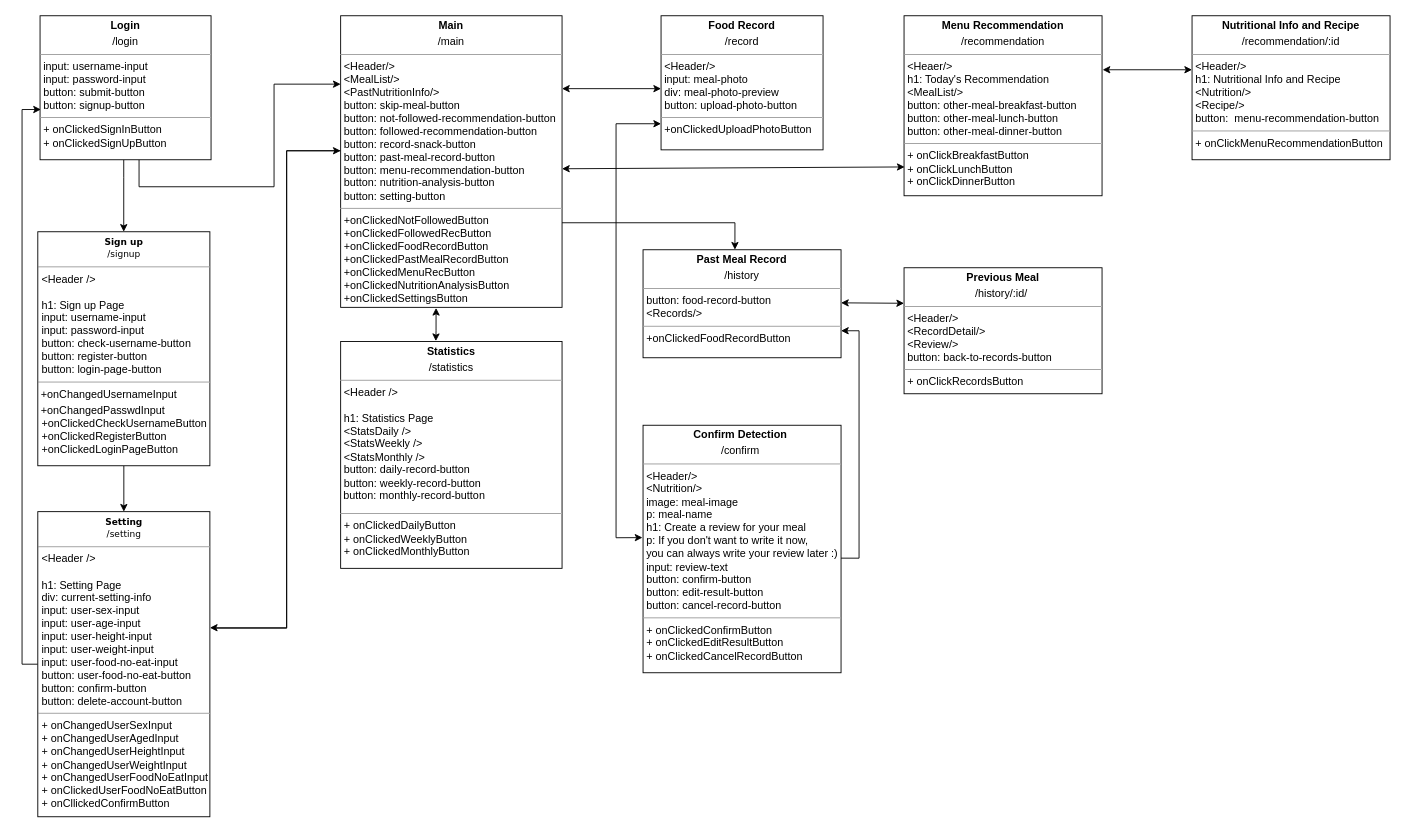
This is diagrams/Frontend_UML.drawio from swsnu/swpp2021-team5, a draw.io file, before an edit. Source tidied: cells renumbered, new cells numbered last; positions are measured from the earlier drawing's top-left corner, leaving out a move shared by most shapes. Both pictures are drawn from the tidied source at 90%, with x=0, y=0 at pixel (22, 15).
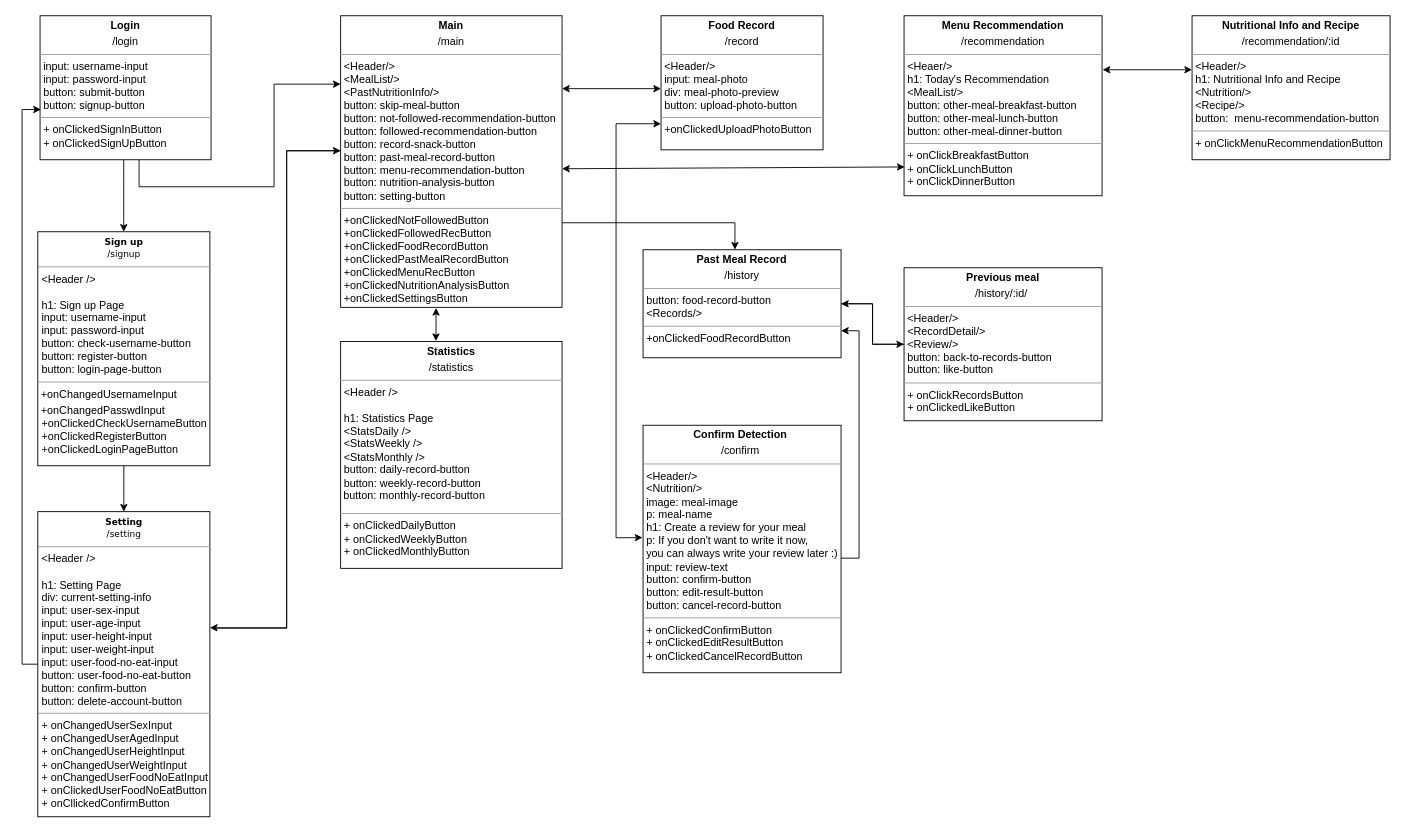
Above is the later version.

The change refers to these unchanged cells:
```xml
<mxCell id="10" value="&lt;p style=&quot;margin: 0px ; margin-top: 4px ; text-align: center&quot;&gt;&lt;b&gt;Past Meal Record&lt;/b&gt;&lt;/p&gt;&lt;p style=&quot;margin: 0px ; margin-top: 4px ; text-align: center&quot;&gt;/history&lt;/p&gt;&lt;hr size=&quot;1&quot;&gt;&lt;p style=&quot;margin: 0px 0px 0px 4px&quot;&gt;button: food-record-button&lt;/p&gt;&lt;p style=&quot;margin: 0px 0px 0px 4px&quot;&gt;&amp;lt;Records/&amp;gt;&lt;/p&gt;&lt;hr size=&quot;1&quot;&gt;&lt;p style=&quot;margin: 0px ; margin-left: 4px&quot;&gt;+onClickedFoodRecordButton&lt;/p&gt;" style="verticalAlign=top;align=left;overflow=fill;fontSize=12;fontFamily=Helvetica;html=1;rounded=0;shadow=0;comic=0;labelBackgroundColor=none;strokeWidth=1;" parent="1" vertex="1">
  <mxGeometry x="690" y="260" width="220" height="120" as="geometry" />
</mxCell>
```

The edit, as a diff of the source:
```diff
@@
+    <mxCell id="27" style="edgeStyle=orthogonalEdgeStyle;rounded=0;jettySize=auto;html=1;entryX=0;entryY=0.5;entryDx=0;entryDy=0;" parent="1" edge="1" source="10" target="19">
+      <mxGeometry relative="1" as="geometry" />
+    </mxCell>
@@
+    <mxCell id="28" style="edgeStyle=orthogonalEdgeStyle;rounded=0;jettySize=auto;html=1;entryX=1;entryY=0.5;entryDx=0;entryDy=0;" parent="1" edge="1" source="19" target="10">
+      <mxGeometry relative="1" as="geometry" />
+    </mxCell>
-    <mxCell id="19" value="&lt;p style=&quot;margin: 0px ; margin-top: 4px ; text-align: center&quot;&gt;&lt;b&gt;Previous Meal&lt;/b&gt;&lt;/p&gt;&lt;p style=&quot;margin: 0px ; margin-top: 4px ; text-align: center&quot;&gt;/history/:id/&lt;b&gt;&amp;nbsp;&lt;/b&gt;&lt;/p&gt;&lt;hr size=&quot;1&quot;&gt;&lt;p style=&quot;margin: 0px ; margin-left: 4px&quot;&gt;&amp;lt;Header/&amp;gt;&lt;/p&gt;&lt;p style=&quot;margin: 0px ; margin-left: 4px&quot;&gt;&amp;lt;RecordDetail/&amp;gt;&lt;/p&gt;&lt;p style=&quot;margin: 0px ; margin-left: 4px&quot;&gt;&amp;lt;Review/&amp;gt;&lt;/p&gt;&lt;p style=&quot;margin: 0px ; margin-left: 4px&quot;&gt;button: back-to-records-button&lt;/p&gt;&lt;hr size=&quot;1&quot;&gt;&lt;p style=&quot;margin: 0px ; margin-left: 4px&quot;&gt;+ onClickRecordsButton&lt;/p&gt;" style="verticalAlign=top;align=left;overflow=fill;fontSize=12;fontFamily=Helvetica;html=1;" parent="1" vertex="1">
-      <mxGeometry x="980" y="280" width="220" height="140" as="geometry" />
+    <mxCell id="19" value="&lt;p style=&quot;color: rgb(0 , 0 , 0) ; font-family: &amp;#34;helvetica&amp;#34; ; font-size: 12px ; font-style: normal ; font-weight: 400 ; letter-spacing: normal ; text-indent: 0px ; text-transform: none ; word-spacing: 0px ; margin: 4px 0px 0px ; text-align: center&quot;&gt;&lt;b style=&quot;background-color: rgb(255 , 255 , 255)&quot;&gt;Previous meal&lt;/b&gt;&lt;/p&gt;&lt;p style=&quot;color: rgb(0 , 0 , 0) ; font-family: &amp;#34;helvetica&amp;#34; ; font-size: 12px ; font-style: normal ; font-weight: 400 ; letter-spacing: normal ; text-indent: 0px ; text-transform: none ; word-spacing: 0px ; margin: 4px 0px 0px ; text-align: center&quot;&gt;&lt;span style=&quot;background-color: rgb(255 , 255 , 255)&quot;&gt;/history/:id/&lt;b&gt;&amp;nbsp;&lt;/b&gt;&lt;/span&gt;&lt;/p&gt;&lt;hr size=&quot;1&quot; style=&quot;color: rgb(0 , 0 , 0) ; font-family: &amp;#34;helvetica&amp;#34; ; font-size: 12px ; font-style: normal ; font-weight: 400 ; letter-spacing: normal ; text-align: left ; text-indent: 0px ; text-transform: none ; word-spacing: 0px&quot;&gt;&lt;p style=&quot;color: rgb(0 , 0 , 0) ; font-family: &amp;#34;helvetica&amp;#34; ; font-size: 12px ; font-style: normal ; font-weight: 400 ; letter-spacing: normal ; text-align: left ; text-indent: 0px ; text-transform: none ; word-spacing: 0px ; margin: 0px 0px 0px 4px&quot;&gt;&lt;span style=&quot;background-color: rgb(255 , 255 , 255)&quot;&gt;&amp;lt;Header/&amp;gt;&lt;/span&gt;&lt;/p&gt;&lt;p style=&quot;color: rgb(0 , 0 , 0) ; font-family: &amp;#34;helvetica&amp;#34; ; font-size: 12px ; font-style: normal ; font-weight: 400 ; letter-spacing: normal ; text-align: left ; text-indent: 0px ; text-transform: none ; word-spacing: 0px ; margin: 0px 0px 0px 4px&quot;&gt;&lt;span style=&quot;background-color: rgb(255 , 255 , 255)&quot;&gt;&amp;lt;RecordDetail/&amp;gt;&lt;/span&gt;&lt;/p&gt;&lt;p style=&quot;color: rgb(0 , 0 , 0) ; font-family: &amp;#34;helvetica&amp;#34; ; font-size: 12px ; font-style: normal ; font-weight: 400 ; letter-spacing: normal ; text-align: left ; text-indent: 0px ; text-transform: none ; word-spacing: 0px ; margin: 0px 0px 0px 4px&quot;&gt;&lt;span style=&quot;background-color: rgb(255 , 255 , 255)&quot;&gt;&amp;lt;Review/&amp;gt;&lt;/span&gt;&lt;/p&gt;&lt;p style=&quot;color: rgb(0 , 0 , 0) ; font-family: &amp;#34;helvetica&amp;#34; ; font-size: 12px ; font-style: normal ; font-weight: 400 ; letter-spacing: normal ; text-align: left ; text-indent: 0px ; text-transform: none ; word-spacing: 0px ; margin: 0px 0px 0px 4px&quot;&gt;&lt;span style=&quot;background-color: rgb(255 , 255 , 255)&quot;&gt;button: back-to-records-button&lt;/span&gt;&lt;/p&gt;&lt;p style=&quot;color: rgb(0 , 0 , 0) ; font-family: &amp;#34;helvetica&amp;#34; ; font-size: 12px ; font-style: normal ; font-weight: 400 ; letter-spacing: normal ; text-align: left ; text-indent: 0px ; text-transform: none ; word-spacing: 0px ; margin: 0px 0px 0px 4px&quot;&gt;&lt;span style=&quot;background-color: rgb(255 , 255 , 255)&quot;&gt;button: like-button&lt;/span&gt;&lt;/p&gt;&lt;hr size=&quot;1&quot; style=&quot;color: rgb(0 , 0 , 0) ; font-family: &amp;#34;helvetica&amp;#34; ; font-size: 12px ; font-style: normal ; font-weight: 400 ; letter-spacing: normal ; text-align: left ; text-indent: 0px ; text-transform: none ; word-spacing: 0px&quot;&gt;&lt;p style=&quot;color: rgb(0 , 0 , 0) ; font-family: &amp;#34;helvetica&amp;#34; ; font-size: 12px ; font-style: normal ; font-weight: 400 ; letter-spacing: normal ; text-align: left ; text-indent: 0px ; text-transform: none ; word-spacing: 0px ; margin: 0px 0px 0px 4px&quot;&gt;&lt;span style=&quot;background-color: rgb(255 , 255 , 255)&quot;&gt;+ onClickRecordsButton&lt;/span&gt;&lt;/p&gt;&lt;p style=&quot;color: rgb(0 , 0 , 0) ; font-family: &amp;#34;helvetica&amp;#34; ; font-size: 12px ; font-style: normal ; font-weight: 400 ; letter-spacing: normal ; text-align: left ; text-indent: 0px ; text-transform: none ; word-spacing: 0px ; margin: 0px 0px 0px 4px&quot;&gt;&lt;span style=&quot;background-color: rgb(255 , 255 , 255)&quot;&gt;+ onClickedLikeButton&lt;/span&gt;&lt;/p&gt;" style="verticalAlign=top;align=left;overflow=fill;fontSize=12;fontFamily=Helvetica;html=1;" parent="1" vertex="1">
+      <mxGeometry x="980" y="280" width="220" height="170" as="geometry" />
     </mxCell>
@@
-    <mxCell id="24" style="endArrow=classic;startArrow=classic;html=1;rounded=0;entryX=0;entryY=0.282;entryDx=0;entryDy=0;entryPerimeter=0;" parent="1" edge="1" target="19">
-      <mxGeometry relative="1" as="geometry">
-        <mxPoint x="910" y="319" as="sourcePoint" />
-      </mxGeometry>
-    </mxCell>
```
